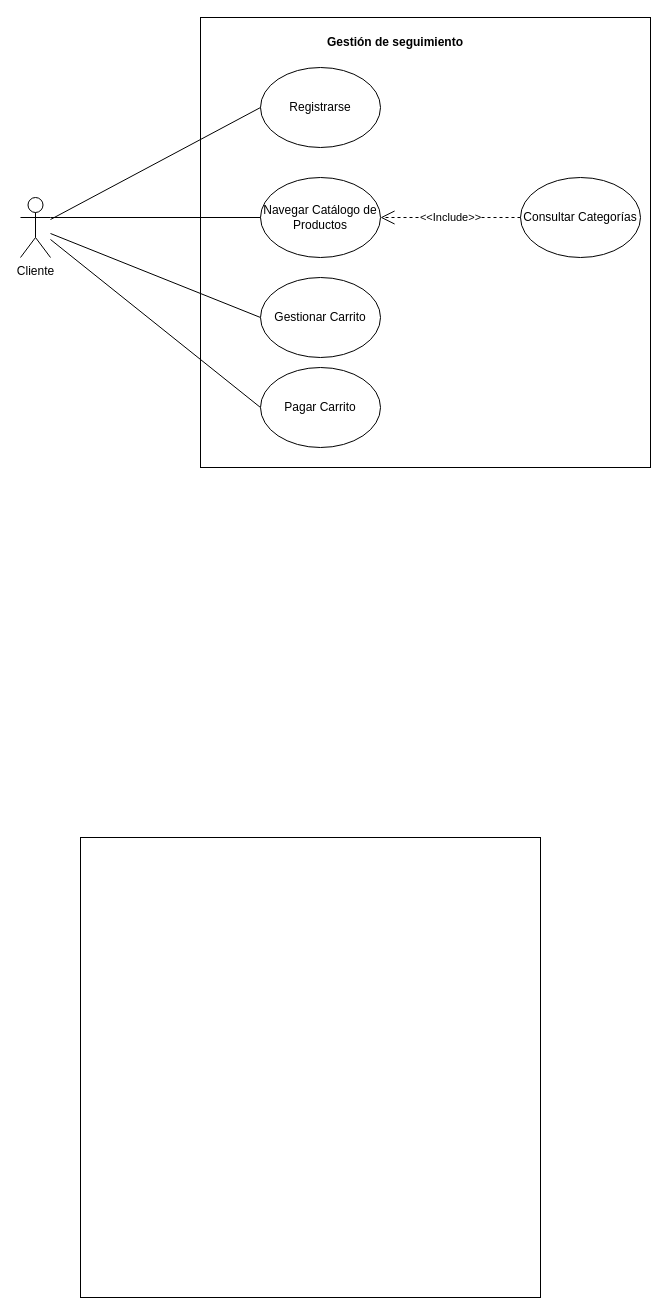
Before: Diagramas/CasoDeUsoDuarte.drawio in JorgeADnro/Torres, a draw.io diagram. Source tidied: cells renumbered, new cells numbered last; positions are measured from the earlier drawing's top-left corner, leaving out a move shared by most shapes. Both pictures are drawn from the tidied source at 100%, with x=0, y=0 at pixel (20, 17).
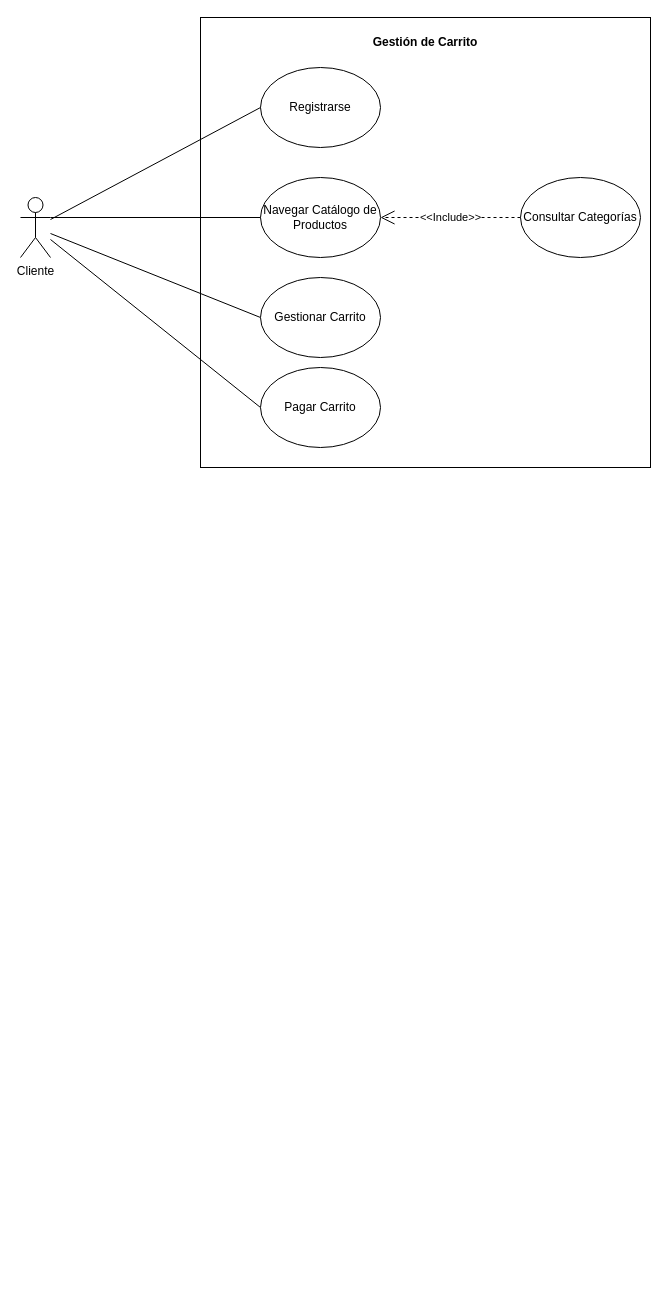
After the change.

What changed in the source:
```diff
@@
 <mxGraphModel>
   <root>
     <mxCell id="0" />
     <mxCell id="1" parent="0" />
     <mxCell id="2" style="whiteSpace=wrap;html=1;" parent="1" vertex="1">
       <mxGeometry x="180" width="450" height="450" as="geometry" />
     </mxCell>
-    <mxCell id="3" style="whiteSpace=wrap;html=1;" parent="1" vertex="1">
-      <mxGeometry x="60" y="820" width="460" height="460" as="geometry" />
-    </mxCell>
     <mxCell id="4" value="Cliente" style="shape=umlActor;verticalLabelPosition=bottom;verticalAlign=top;html=1;outlineConnect=0;" parent="1" vertex="1">
       <mxGeometry y="180" width="30" height="60" as="geometry" />
     </mxCell>
-    <mxCell id="5" value="&lt;b&gt;Gestión de seguimiento&lt;/b&gt;" style="text;html=1;strokeColor=none;fillColor=none;align=center;verticalAlign=middle;whiteSpace=wrap;rounded=0;" parent="1" vertex="1">
-      <mxGeometry x="300" y="10" width="150" height="30" as="geometry" />
+    <mxCell id="5" value="&lt;b&gt;Gestión de Carrito&lt;/b&gt;" style="text;html=1;strokeColor=none;fillColor=none;align=center;verticalAlign=middle;whiteSpace=wrap;rounded=0;" parent="1" vertex="1">
+      <mxGeometry x="330" y="10" width="150" height="30" as="geometry" />
     </mxCell>
     <mxCell id="6" style="endArrow=none;html=1;rounded=0;exitX=0;exitY=0.5;exitDx=0;exitDy=0;" parent="1" edge="1" source="8" target="4">
       <mxGeometry relative="1" as="geometry" />
     </mxCell>
     <mxCell id="7" style="endArrow=none;html=1;rounded=0;exitX=0;exitY=0.5;exitDx=0;exitDy=0;" parent="1" edge="1" source="9" target="4">
       <mxGeometry relative="1" as="geometry" />
     </mxCell>
     <mxCell id="8" value="Gestionar Carrito" style="ellipse;whiteSpace=wrap;html=1;" parent="1" vertex="1">
       <mxGeometry x="240" y="260" width="120" height="80" as="geometry" />
     </mxCell>
     <mxCell id="9" value="Pagar Carrito&lt;br&gt;" style="ellipse;whiteSpace=wrap;html=1;" parent="1" vertex="1">
       <mxGeometry x="240" y="350" width="120" height="80" as="geometry" />
     </mxCell>
     <mxCell id="10" value="Navegar Catálogo de Productos" style="ellipse;whiteSpace=wrap;html=1;" parent="1" vertex="1">
       <mxGeometry x="240" y="160" width="120" height="80" as="geometry" />
     </mxCell>
     <mxCell id="11" style="endArrow=none;html=1;rounded=0;exitX=0;exitY=0.5;exitDx=0;exitDy=0;entryX=1;entryY=0.3333333333333333;entryDx=0;entryDy=0;entryPerimeter=0;" parent="1" edge="1" source="10" target="4">
       <mxGeometry relative="1" as="geometry" />
     </mxCell>
     <mxCell id="12" value="Registrarse" style="ellipse;whiteSpace=wrap;html=1;" parent="1" vertex="1">
       <mxGeometry x="240" y="50" width="120" height="80" as="geometry" />
     </mxCell>
     <mxCell id="13" style="endArrow=none;html=1;rounded=0;exitX=0;exitY=0.5;exitDx=0;exitDy=0;" parent="1" edge="1" source="12" target="4">
       <mxGeometry relative="1" as="geometry" />
     </mxCell>
     <mxCell id="14" value="Consultar Categorías" style="ellipse;whiteSpace=wrap;html=1;" parent="1" vertex="1">
       <mxGeometry x="500" y="160" width="120" height="80" as="geometry" />
     </mxCell>
     <mxCell id="15" value="&amp;lt;&amp;lt;Include&amp;gt;&amp;gt;" style="endArrow=open;endSize=12;dashed=1;html=1;rounded=0;entryX=1;entryY=0.5;entryDx=0;entryDy=0;exitX=0;exitY=0.5;exitDx=0;exitDy=0;" parent="1" edge="1" source="14" target="10">
       <mxGeometry relative="1" as="geometry" />
     </mxCell>
   </root>
 </mxGraphModel>
```
